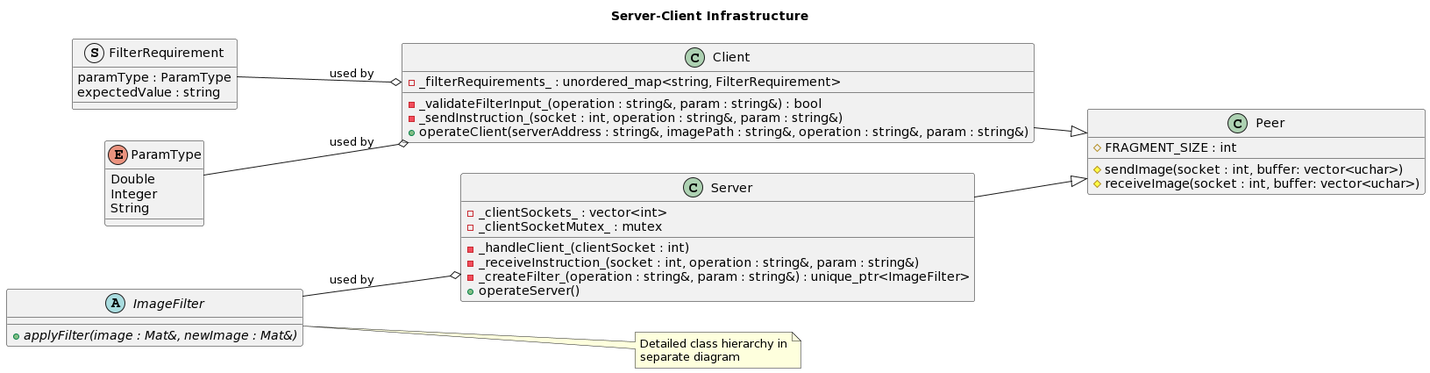
Khthonian/DistributedProcessing keeps this PlantUML diagram as task/UML Diagrams/serverclientUML.png. Above is the earlier version.
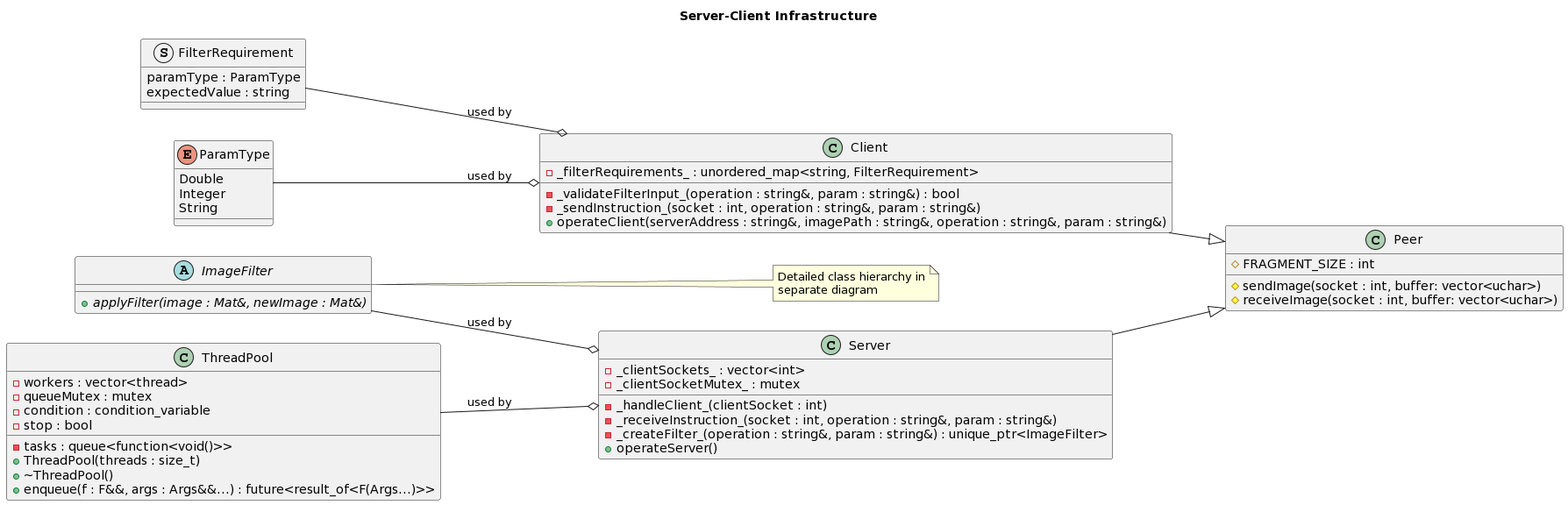
The same diagram one commit later.

Commit message:
fix(task): Add missing ThreadPool class to UML

Diff of the diagram source:
```diff
@@ -41,10 +41,22 @@
 
 note right of ImageFilter : Detailed class hierarchy in\nseparate diagram
 
+class ThreadPool {
+  -workers : vector<thread>
+  -tasks : queue<function<void()>>
+  -queueMutex : mutex
+  -condition : condition_variable
+  -stop : bool
+  +ThreadPool(threads : size_t)
+  +~ThreadPool()
+  +enqueue(f : F&&, args : Args&&...) : future<result_of<F(Args...)>>
+}
+
 Client --|> Peer
 Server --|> Peer
 FilterRequirement --o Client : used by
 ParamType --o Client : used by
 
+ThreadPool --o Server : used by
 ImageFilter --o Server : used by
 @enduml
```
